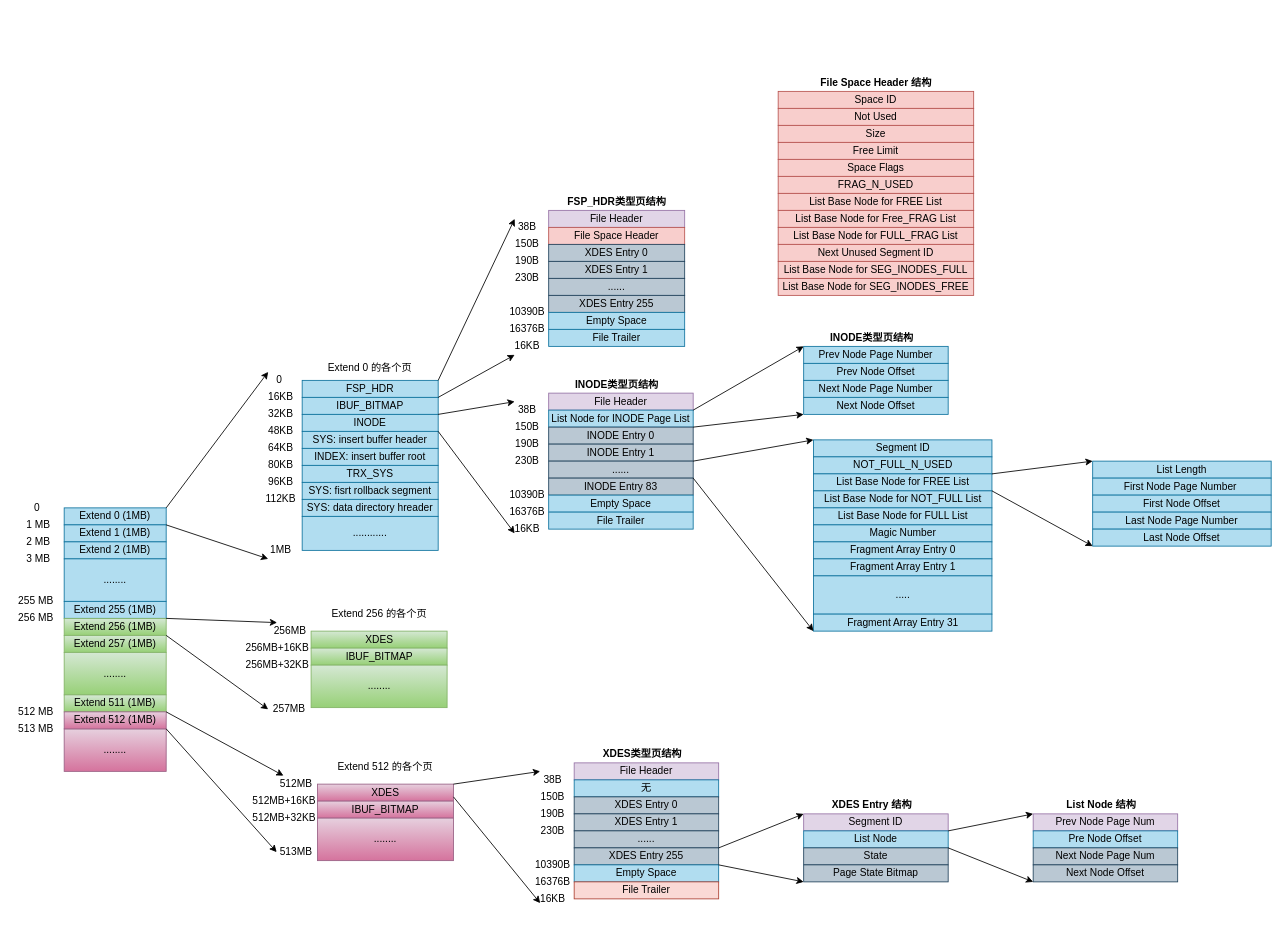
Above: page "InnoDB表空间" (4 of 4) of MySQL是怎么运行的.drawio in JianHao-Chen/MySqlLearning (draw.io), before the change. Source tidied: cells renumbered, new cells numbered last; positions are measured from the earlier drawing's top-left corner, leaving out a move shared by most shapes. Both pictures are drawn from the tidied source at 85%, with x=0, y=0 at pixel (14, 74).
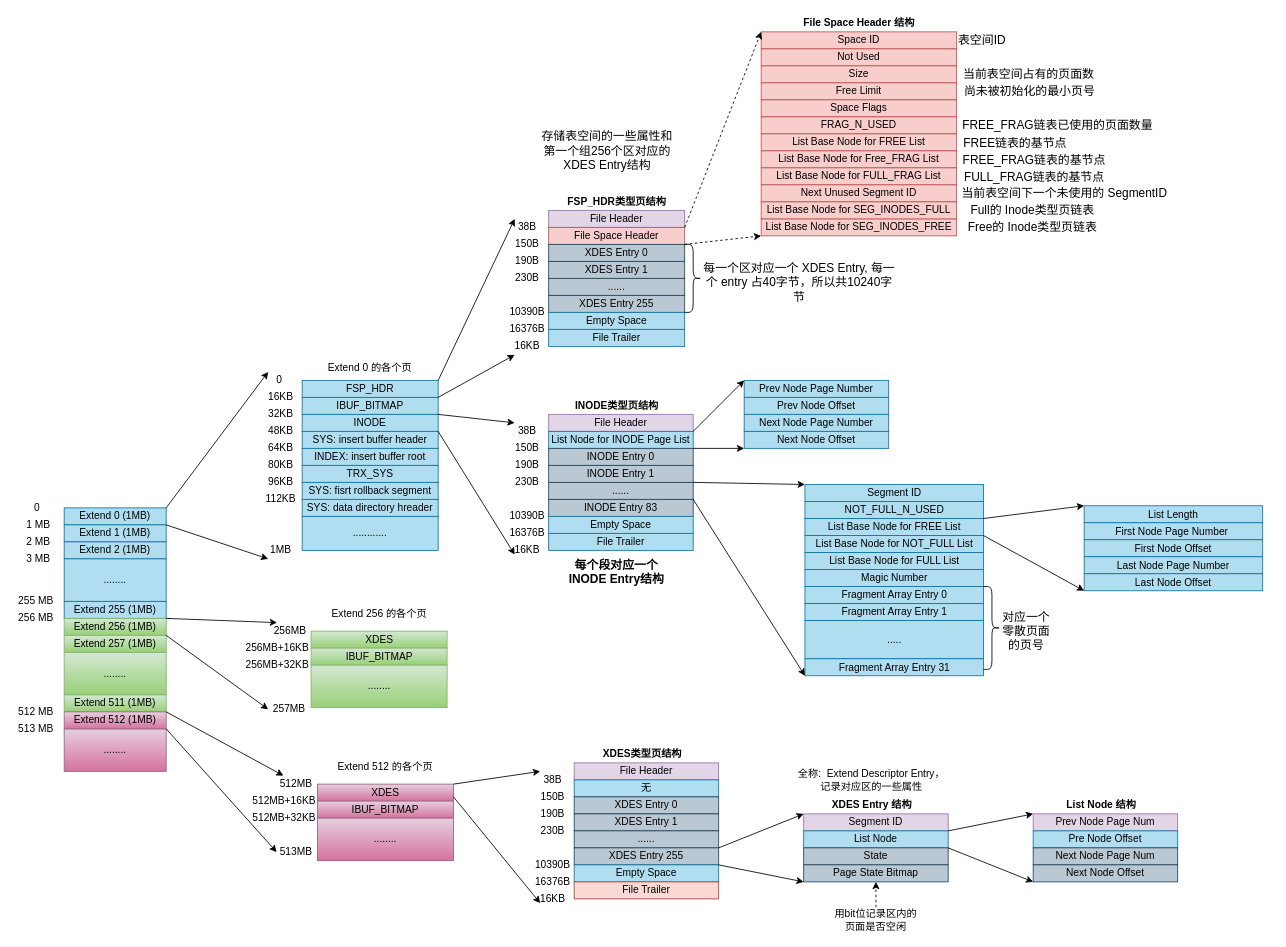
The same diagram, later.

Commit message:
更新MySQL是怎么运行的.drawio

Unchanged cells that the change refers to:
```xml
<mxCell id="63" value="File Space Header" style="rounded=0;whiteSpace=wrap;html=1;fillColor=#f8cecc;strokeColor=#b85450;" parent="1" vertex="1">
  <mxGeometry x="628" y="180" width="160" height="20" as="geometry" />
</mxCell>
<mxCell id="64" value="XDES Entry 0" style="rounded=0;whiteSpace=wrap;html=1;fillColor=#bac8d3;strokeColor=#23445d;" parent="1" vertex="1">
  <mxGeometry x="628" y="200" width="160" height="20" as="geometry" />
</mxCell>
<mxCell id="137" value="Page State Bitmap" style="rounded=0;whiteSpace=wrap;html=1;fillColor=#bac8d3;strokeColor=#23445d;" parent="1" vertex="1">
  <mxGeometry x="928" y="930" width="170" height="20" as="geometry" />
</mxCell>
```

Diff of the diagram source:
```diff
@@
     <mxCell id="80" value="File Header" style="rounded=0;whiteSpace=wrap;html=1;fillColor=#e1d5e7;strokeColor=#9673a6;" parent="1" vertex="1">
-      <mxGeometry x="628" y="375" width="170" height="20" as="geometry" />
+      <mxGeometry x="628" y="400" width="170" height="20" as="geometry" />
     </mxCell>
     <mxCell id="81" value="List Node for INODE Page List" style="rounded=0;whiteSpace=wrap;html=1;fillColor=#b1ddf0;strokeColor=#10739e;" parent="1" vertex="1">
-      <mxGeometry x="628" y="395" width="170" height="20" as="geometry" />
+      <mxGeometry x="628" y="420" width="170" height="20" as="geometry" />
     </mxCell>
     <mxCell id="82" value="INODE Entry 0" style="rounded=0;whiteSpace=wrap;html=1;fillColor=#bac8d3;strokeColor=#23445d;" parent="1" vertex="1">
-      <mxGeometry x="628" y="415" width="170" height="20" as="geometry" />
+      <mxGeometry x="628" y="440" width="170" height="20" as="geometry" />
     </mxCell>
     <mxCell id="83" value="INODE&amp;nbsp;Entry 1" style="rounded=0;whiteSpace=wrap;html=1;fillColor=#bac8d3;strokeColor=#23445d;" parent="1" vertex="1">
-      <mxGeometry x="628" y="435" width="170" height="20" as="geometry" />
+      <mxGeometry x="628" y="460" width="170" height="20" as="geometry" />
     </mxCell>
     <mxCell id="84" value="......" style="rounded=0;whiteSpace=wrap;html=1;fillColor=#bac8d3;strokeColor=#23445d;" parent="1" vertex="1">
-      <mxGeometry x="628" y="455" width="170" height="20" as="geometry" />
+      <mxGeometry x="628" y="480" width="170" height="20" as="geometry" />
     </mxCell>
     <mxCell id="85" value="INODE&amp;nbsp;Entry 83" style="rounded=0;whiteSpace=wrap;html=1;fillColor=#bac8d3;strokeColor=#23445d;" parent="1" vertex="1">
-      <mxGeometry x="628" y="475" width="170" height="20" as="geometry" />
+      <mxGeometry x="628" y="500" width="170" height="20" as="geometry" />
     </mxCell>
     <mxCell id="86" value="Empty Space" style="rounded=0;whiteSpace=wrap;html=1;fillColor=#b1ddf0;strokeColor=#10739e;" parent="1" vertex="1">
-      <mxGeometry x="628" y="495" width="170" height="20" as="geometry" />
+      <mxGeometry x="628" y="520" width="170" height="20" as="geometry" />
     </mxCell>
     <mxCell id="87" value="File Trailer" style="rounded=0;whiteSpace=wrap;html=1;fillColor=#b1ddf0;strokeColor=#10739e;" parent="1" vertex="1">
-      <mxGeometry x="628" y="515" width="170" height="20" as="geometry" />
+      <mxGeometry x="628" y="540" width="170" height="20" as="geometry" />
     </mxCell>
     <mxCell id="88" value="&lt;b&gt;INODE类型页结构&lt;/b&gt;" style="text;html=1;strokeColor=none;fillColor=none;align=center;verticalAlign=middle;whiteSpace=wrap;rounded=0;" parent="1" vertex="1">
-      <mxGeometry x="639.5" y="355" width="137" height="20" as="geometry" />
+      <mxGeometry x="639.5" y="380" width="137" height="20" as="geometry" />
     </mxCell>
     <mxCell id="89" value="38B" style="text;html=1;strokeColor=none;fillColor=none;align=center;verticalAlign=middle;whiteSpace=wrap;rounded=0;" parent="1" vertex="1">
-      <mxGeometry x="588" y="385" width="30" height="20" as="geometry" />
+      <mxGeometry x="588" y="410" width="30" height="20" as="geometry" />
     </mxCell>
     <mxCell id="90" value="150B" style="text;html=1;strokeColor=none;fillColor=none;align=center;verticalAlign=middle;whiteSpace=wrap;rounded=0;" parent="1" vertex="1">
-      <mxGeometry x="588" y="405" width="30" height="20" as="geometry" />
+      <mxGeometry x="588" y="430" width="30" height="20" as="geometry" />
     </mxCell>
     <mxCell id="91" value="190B" style="text;html=1;strokeColor=none;fillColor=none;align=center;verticalAlign=middle;whiteSpace=wrap;rounded=0;" parent="1" vertex="1">
-      <mxGeometry x="588" y="425" width="30" height="20" as="geometry" />
+      <mxGeometry x="588" y="450" width="30" height="20" as="geometry" />
     </mxCell>
     <mxCell id="92" value="230B" style="text;html=1;strokeColor=none;fillColor=none;align=center;verticalAlign=middle;whiteSpace=wrap;rounded=0;" parent="1" vertex="1">
-      <mxGeometry x="588" y="445" width="30" height="20" as="geometry" />
+      <mxGeometry x="588" y="470" width="30" height="20" as="geometry" />
     </mxCell>
     <mxCell id="93" value="10390B" style="text;html=1;strokeColor=none;fillColor=none;align=center;verticalAlign=middle;whiteSpace=wrap;rounded=0;" parent="1" vertex="1">
-      <mxGeometry x="588" y="485" width="30" height="20" as="geometry" />
+      <mxGeometry x="588" y="510" width="30" height="20" as="geometry" />
     </mxCell>
     <mxCell id="94" value="16376B" style="text;html=1;strokeColor=none;fillColor=none;align=center;verticalAlign=middle;whiteSpace=wrap;rounded=0;" parent="1" vertex="1">
-      <mxGeometry x="588" y="505" width="30" height="20" as="geometry" />
+      <mxGeometry x="588" y="530" width="30" height="20" as="geometry" />
     </mxCell>
     <mxCell id="95" value="16KB" style="text;html=1;strokeColor=none;fillColor=none;align=center;verticalAlign=middle;whiteSpace=wrap;rounded=0;" parent="1" vertex="1">
-      <mxGeometry x="588" y="525" width="30" height="20" as="geometry" />
+      <mxGeometry x="588" y="550" width="30" height="20" as="geometry" />
     </mxCell>
@@
     <mxCell id="98" value="Prev Node Page Number" style="rounded=0;whiteSpace=wrap;html=1;fillColor=#b1ddf0;strokeColor=#10739e;" parent="1" vertex="1">
-      <mxGeometry x="928" y="320" width="170" height="20" as="geometry" />
+      <mxGeometry x="858" y="360" width="170" height="20" as="geometry" />
     </mxCell>
-    <mxCell id="99" value="&lt;b&gt;INODE类型页结构&lt;/b&gt;" style="text;html=1;strokeColor=none;fillColor=none;align=center;verticalAlign=middle;whiteSpace=wrap;rounded=0;" parent="1" vertex="1">
-      <mxGeometry x="939.5" y="300" width="137" height="20" as="geometry" />
-    </mxCell>
     <mxCell id="100" value="Prev Node Offset" style="rounded=0;whiteSpace=wrap;html=1;fillColor=#b1ddf0;strokeColor=#10739e;" parent="1" vertex="1">
-      <mxGeometry x="928" y="340" width="170" height="20" as="geometry" />
+      <mxGeometry x="858" y="380" width="170" height="20" as="geometry" />
     </mxCell>
     <mxCell id="101" value="Next Node Page Number" style="rounded=0;whiteSpace=wrap;html=1;fillColor=#b1ddf0;strokeColor=#10739e;" parent="1" vertex="1">
-      <mxGeometry x="928" y="360" width="170" height="20" as="geometry" />
+      <mxGeometry x="858" y="400" width="170" height="20" as="geometry" />
     </mxCell>
     <mxCell id="102" value="Next Node Offset" style="rounded=0;whiteSpace=wrap;html=1;fillColor=#b1ddf0;strokeColor=#10739e;" parent="1" vertex="1">
-      <mxGeometry x="928" y="380" width="170" height="20" as="geometry" />
+      <mxGeometry x="858" y="420" width="170" height="20" as="geometry" />
     </mxCell>
@@
     <mxCell id="105" value="Space ID" style="rounded=0;whiteSpace=wrap;html=1;fillColor=#f8cecc;strokeColor=#b85450;" parent="1" vertex="1">
-      <mxGeometry x="898" y="20" width="230" height="20" as="geometry" />
+      <mxGeometry x="878" y="-50" width="230" height="20" as="geometry" />
     </mxCell>
     <mxCell id="106" value="&lt;b&gt;File Space Header 结构&lt;/b&gt;" style="text;html=1;strokeColor=none;fillColor=none;align=center;verticalAlign=middle;whiteSpace=wrap;rounded=0;" parent="1" vertex="1">
-      <mxGeometry x="944.5" width="137" height="20" as="geometry" />
+      <mxGeometry x="924.5" y="-70" width="137" height="20" as="geometry" />
     </mxCell>
     <mxCell id="107" value="Not Used" style="rounded=0;whiteSpace=wrap;html=1;fillColor=#f8cecc;strokeColor=#b85450;" parent="1" vertex="1">
-      <mxGeometry x="898" y="40" width="230" height="20" as="geometry" />
+      <mxGeometry x="878" y="-30" width="230" height="20" as="geometry" />
     </mxCell>
     <mxCell id="108" value="Size" style="rounded=0;whiteSpace=wrap;html=1;fillColor=#f8cecc;strokeColor=#b85450;" parent="1" vertex="1">
-      <mxGeometry x="898" y="60" width="230" height="20" as="geometry" />
+      <mxGeometry x="878" y="-10" width="230" height="20" as="geometry" />
     </mxCell>
     <mxCell id="109" value="Free Limit" style="rounded=0;whiteSpace=wrap;html=1;fillColor=#f8cecc;strokeColor=#b85450;" parent="1" vertex="1">
-      <mxGeometry x="898" y="80" width="230" height="20" as="geometry" />
+      <mxGeometry x="878" y="10" width="230" height="20" as="geometry" />
     </mxCell>
     <mxCell id="110" value="Space Flags" style="rounded=0;whiteSpace=wrap;html=1;fillColor=#f8cecc;strokeColor=#b85450;" parent="1" vertex="1">
-      <mxGeometry x="898" y="100" width="230" height="20" as="geometry" />
+      <mxGeometry x="878" y="30" width="230" height="20" as="geometry" />
     </mxCell>
     <mxCell id="111" value="FRAG_N_USED" style="rounded=0;whiteSpace=wrap;html=1;fillColor=#f8cecc;strokeColor=#b85450;" parent="1" vertex="1">
-      <mxGeometry x="898" y="120" width="230" height="20" as="geometry" />
+      <mxGeometry x="878" y="50" width="230" height="20" as="geometry" />
     </mxCell>
     <mxCell id="112" value="List Base Node for FREE List" style="rounded=0;whiteSpace=wrap;html=1;fillColor=#f8cecc;strokeColor=#b85450;" parent="1" vertex="1">
-      <mxGeometry x="898" y="140" width="230" height="20" as="geometry" />
+      <mxGeometry x="878" y="70" width="230" height="20" as="geometry" />
     </mxCell>
     <mxCell id="113" value="List Base Node for Free_FRAG List" style="rounded=0;whiteSpace=wrap;html=1;fillColor=#f8cecc;strokeColor=#b85450;" parent="1" vertex="1">
-      <mxGeometry x="898" y="160" width="230" height="20" as="geometry" />
+      <mxGeometry x="878" y="90" width="230" height="20" as="geometry" />
     </mxCell>
     <mxCell id="114" value="List Base Node for FULL_FRAG List" style="rounded=0;whiteSpace=wrap;html=1;fillColor=#f8cecc;strokeColor=#b85450;" parent="1" vertex="1">
-      <mxGeometry x="898" y="180" width="230" height="20" as="geometry" />
+      <mxGeometry x="878" y="110" width="230" height="20" as="geometry" />
     </mxCell>
     <mxCell id="115" value="Next Unused Segment ID" style="rounded=0;whiteSpace=wrap;html=1;fillColor=#f8cecc;strokeColor=#b85450;" parent="1" vertex="1">
-      <mxGeometry x="898" y="200" width="230" height="20" as="geometry" />
+      <mxGeometry x="878" y="130" width="230" height="20" as="geometry" />
     </mxCell>
     <mxCell id="116" value="List Base Node for SEG_INODES_FREE" style="rounded=0;whiteSpace=wrap;html=1;fillColor=#f8cecc;strokeColor=#b85450;" parent="1" vertex="1">
-      <mxGeometry x="898" y="240" width="230" height="20" as="geometry" />
+      <mxGeometry x="878" y="170" width="230" height="20" as="geometry" />
     </mxCell>
     <mxCell id="117" value="List Base Node for SEG_INODES_FULL" style="rounded=0;whiteSpace=wrap;html=1;fillColor=#f8cecc;strokeColor=#b85450;" parent="1" vertex="1">
-      <mxGeometry x="898" y="220" width="230" height="20" as="geometry" />
+      <mxGeometry x="878" y="150" width="230" height="20" as="geometry" />
     </mxCell>
@@
     <mxCell id="148" value="Segment ID" style="rounded=0;whiteSpace=wrap;html=1;fillColor=#b1ddf0;strokeColor=#10739e;" parent="1" vertex="1">
-      <mxGeometry x="939.5" y="430" width="210" height="20" as="geometry" />
+      <mxGeometry x="929.5" y="482.5" width="210" height="20" as="geometry" />
     </mxCell>
     <mxCell id="149" value="NOT_FULL_N_USED" style="rounded=0;whiteSpace=wrap;html=1;fillColor=#b1ddf0;strokeColor=#10739e;" parent="1" vertex="1">
-      <mxGeometry x="939.5" y="450" width="210" height="20" as="geometry" />
+      <mxGeometry x="929.5" y="502.5" width="210" height="20" as="geometry" />
     </mxCell>
     <mxCell id="150" value="List Base Node for FREE List" style="rounded=0;whiteSpace=wrap;html=1;fillColor=#b1ddf0;strokeColor=#10739e;" parent="1" vertex="1">
-      <mxGeometry x="939.5" y="470" width="210" height="20" as="geometry" />
+      <mxGeometry x="929.5" y="522.5" width="210" height="20" as="geometry" />
     </mxCell>
     <mxCell id="151" value="List Base Node for NOT_FULL List" style="rounded=0;whiteSpace=wrap;html=1;fillColor=#b1ddf0;strokeColor=#10739e;" parent="1" vertex="1">
-      <mxGeometry x="939.5" y="490" width="210" height="20" as="geometry" />
+      <mxGeometry x="929.5" y="542.5" width="210" height="20" as="geometry" />
     </mxCell>
     <mxCell id="152" value="List Base Node for FULL List" style="rounded=0;whiteSpace=wrap;html=1;fillColor=#b1ddf0;strokeColor=#10739e;" parent="1" vertex="1">
-      <mxGeometry x="939.5" y="510" width="210" height="20" as="geometry" />
+      <mxGeometry x="929.5" y="562.5" width="210" height="20" as="geometry" />
     </mxCell>
     <mxCell id="153" value="Magic Number" style="rounded=0;whiteSpace=wrap;html=1;fillColor=#b1ddf0;strokeColor=#10739e;" parent="1" vertex="1">
-      <mxGeometry x="939.5" y="530" width="210" height="20" as="geometry" />
+      <mxGeometry x="929.5" y="582.5" width="210" height="20" as="geometry" />
     </mxCell>
     <mxCell id="154" value="Fragment Array Entry 0" style="rounded=0;whiteSpace=wrap;html=1;fillColor=#b1ddf0;strokeColor=#10739e;" parent="1" vertex="1">
-      <mxGeometry x="939.5" y="550" width="210" height="20" as="geometry" />
+      <mxGeometry x="929.5" y="602.5" width="210" height="20" as="geometry" />
     </mxCell>
     <mxCell id="155" value="Fragment Array Entry 1" style="rounded=0;whiteSpace=wrap;html=1;fillColor=#b1ddf0;strokeColor=#10739e;" parent="1" vertex="1">
-      <mxGeometry x="939.5" y="570" width="210" height="20" as="geometry" />
+      <mxGeometry x="929.5" y="622.5" width="210" height="20" as="geometry" />
     </mxCell>
     <mxCell id="156" value="....." style="rounded=0;whiteSpace=wrap;html=1;fillColor=#b1ddf0;strokeColor=#10739e;" parent="1" vertex="1">
-      <mxGeometry x="939.5" y="590" width="210" height="45" as="geometry" />
+      <mxGeometry x="929.5" y="642.5" width="210" height="45" as="geometry" />
     </mxCell>
     <mxCell id="157" value="Fragment Array Entry 31" style="rounded=0;whiteSpace=wrap;html=1;fillColor=#b1ddf0;strokeColor=#10739e;" parent="1" vertex="1">
-      <mxGeometry x="939.5" y="635" width="210" height="20" as="geometry" />
+      <mxGeometry x="929.5" y="687.5" width="210" height="20" as="geometry" />
     </mxCell>
@@
     <mxCell id="160" value="List Length" style="rounded=0;whiteSpace=wrap;html=1;fillColor=#b1ddf0;strokeColor=#10739e;" parent="1" vertex="1">
-      <mxGeometry x="1268" y="455" width="210" height="20" as="geometry" />
+      <mxGeometry x="1258" y="507.5" width="210" height="20" as="geometry" />
     </mxCell>
     <mxCell id="161" value="First Node Page Number&amp;nbsp;" style="rounded=0;whiteSpace=wrap;html=1;fillColor=#b1ddf0;strokeColor=#10739e;" parent="1" vertex="1">
-      <mxGeometry x="1268" y="475" width="210" height="20" as="geometry" />
+      <mxGeometry x="1258" y="527.5" width="210" height="20" as="geometry" />
     </mxCell>
     <mxCell id="162" value="First Node Offset" style="rounded=0;whiteSpace=wrap;html=1;fillColor=#b1ddf0;strokeColor=#10739e;" parent="1" vertex="1">
-      <mxGeometry x="1268" y="495" width="210" height="20" as="geometry" />
+      <mxGeometry x="1258" y="547.5" width="210" height="20" as="geometry" />
     </mxCell>
     <mxCell id="163" value="Last Node Page Number" style="rounded=0;whiteSpace=wrap;html=1;fillColor=#b1ddf0;strokeColor=#10739e;" parent="1" vertex="1">
-      <mxGeometry x="1268" y="515" width="210" height="20" as="geometry" />
+      <mxGeometry x="1258" y="567.5" width="210" height="20" as="geometry" />
     </mxCell>
     <mxCell id="164" value="Last Node Offset" style="rounded=0;whiteSpace=wrap;html=1;fillColor=#b1ddf0;strokeColor=#10739e;" parent="1" vertex="1">
-      <mxGeometry x="1268" y="535" width="210" height="20" as="geometry" />
+      <mxGeometry x="1258" y="587.5" width="210" height="20" as="geometry" />
     </mxCell>
@@
+    <mxCell id="169" value="全称:&amp;nbsp; Extend Descriptor Entry，&lt;br&gt;记录对应区的一些属性" style="text;html=1;strokeColor=none;fillColor=none;align=center;verticalAlign=middle;whiteSpace=wrap;rounded=0;" parent="1" vertex="1">
+      <mxGeometry x="918" y="815" width="180" height="30" as="geometry" />
+    </mxCell>
+    <mxCell id="170" value="用bit位记录区内的页面是否空闲" style="text;html=1;strokeColor=none;fillColor=none;align=center;verticalAlign=middle;whiteSpace=wrap;rounded=0;" parent="1" vertex="1">
+      <mxGeometry x="963" y="980" width="100" height="30" as="geometry" />
+    </mxCell>
+    <mxCell id="171" style="endArrow=classic;html=1;rounded=0;dashed=1;entryX=0.5;entryY=1;entryDx=0;entryDy=0;exitX=0.5;exitY=0;exitDx=0;exitDy=0;" parent="1" edge="1" source="170" target="137">
+      <mxGeometry relative="1" as="geometry" />
+    </mxCell>
+    <mxCell id="172" value="&lt;b&gt;&lt;font style=&quot;font-size: 14px;&quot;&gt;每个段对应一个 INODE Entry结构&lt;/font&gt;&lt;/b&gt;" style="text;html=1;strokeColor=none;fillColor=none;align=center;verticalAlign=middle;whiteSpace=wrap;rounded=0;" parent="1" vertex="1">
+      <mxGeometry x="638.5" y="570" width="138" height="30" as="geometry" />
+    </mxCell>
+    <mxCell id="173" style="shape=curlyBracket;whiteSpace=wrap;html=1;rounded=1;flipH=1;fontSize=14;" parent="1" vertex="1">
+      <mxGeometry x="1139.5" y="602.5" width="20" height="97.5" as="geometry" />
+    </mxCell>
+    <mxCell id="174" value="对应一个零散页面的页号" style="text;html=1;strokeColor=none;fillColor=none;align=center;verticalAlign=middle;whiteSpace=wrap;rounded=0;fontSize=14;" parent="1" vertex="1">
+      <mxGeometry x="1159.5" y="640" width="60" height="30" as="geometry" />
+    </mxCell>
+    <mxCell id="175" style="endArrow=classic;html=1;rounded=0;dashed=1;fontSize=14;exitX=1;exitY=0;exitDx=0;exitDy=0;entryX=0;entryY=0;entryDx=0;entryDy=0;" parent="1" edge="1" source="63" target="105">
+      <mxGeometry relative="1" as="geometry" />
+    </mxCell>
+    <mxCell id="176" style="endArrow=classic;html=1;rounded=0;dashed=1;fontSize=14;exitX=1;exitY=0;exitDx=0;exitDy=0;entryX=0;entryY=1;entryDx=0;entryDy=0;" parent="1" edge="1" source="64" target="116">
+      <mxGeometry relative="1" as="geometry" />
+    </mxCell>
+    <mxCell id="177" value="存储表空间的一些属性和第一个组256个区对应的 XDES Entry结构" style="text;html=1;strokeColor=none;fillColor=none;align=center;verticalAlign=middle;whiteSpace=wrap;rounded=0;fontSize=14;" parent="1" vertex="1">
+      <mxGeometry x="616.5" y="75" width="160" height="30" as="geometry" />
+    </mxCell>
+    <mxCell id="178" style="shape=curlyBracket;whiteSpace=wrap;html=1;rounded=1;flipH=1;fontSize=14;" parent="1" vertex="1">
+      <mxGeometry x="788" y="200" width="20" height="80" as="geometry" />
+    </mxCell>
+    <mxCell id="179" value="每一个区对应一个 XDES Entry, 每一个 entry 占40字节，所以共10240字节" style="text;html=1;strokeColor=none;fillColor=none;align=center;verticalAlign=middle;whiteSpace=wrap;rounded=0;fontSize=14;" parent="1" vertex="1">
+      <mxGeometry x="808" y="230" width="230" height="30" as="geometry" />
+    </mxCell>
+    <mxCell id="180" value="表空间ID" style="text;html=1;strokeColor=none;fillColor=none;align=center;verticalAlign=middle;whiteSpace=wrap;rounded=0;fontSize=14;" parent="1" vertex="1">
+      <mxGeometry x="1108" y="-50" width="60" height="20" as="geometry" />
+    </mxCell>
+    <mxCell id="181" value="当前表空间占有的页面数" style="text;html=1;strokeColor=none;fillColor=none;align=center;verticalAlign=middle;whiteSpace=wrap;rounded=0;fontSize=14;" parent="1" vertex="1">
+      <mxGeometry x="1113" y="-10" width="160" height="20" as="geometry" />
+    </mxCell>
+    <mxCell id="182" value="尚未被初始化的最小页号" style="text;html=1;strokeColor=none;fillColor=none;align=center;verticalAlign=middle;whiteSpace=wrap;rounded=0;fontSize=14;" parent="1" vertex="1">
+      <mxGeometry x="1113.5" y="10" width="160" height="20" as="geometry" />
+    </mxCell>
+    <mxCell id="183" value="FREE_FRAG链表已使用的页面数量" style="text;html=1;strokeColor=none;fillColor=none;align=center;verticalAlign=middle;whiteSpace=wrap;rounded=0;fontSize=14;" parent="1" vertex="1">
+      <mxGeometry x="1112" y="50" width="230" height="20" as="geometry" />
+    </mxCell>
+    <mxCell id="184" value="FREE_FRAG链表的基节点" style="text;html=1;strokeColor=none;fillColor=none;align=center;verticalAlign=middle;whiteSpace=wrap;rounded=0;fontSize=14;" parent="1" vertex="1">
+      <mxGeometry x="1110" y="91" width="178.5" height="20" as="geometry" />
+    </mxCell>
+    <mxCell id="185" value="FULL_FRAG链表的基节点" style="text;html=1;strokeColor=none;fillColor=none;align=center;verticalAlign=middle;whiteSpace=wrap;rounded=0;fontSize=14;" parent="1" vertex="1">
+      <mxGeometry x="1110" y="111" width="178.5" height="20" as="geometry" />
+    </mxCell>
+    <mxCell id="186" value="FREE链表的基节点" style="text;html=1;strokeColor=none;fillColor=none;align=center;verticalAlign=middle;whiteSpace=wrap;rounded=0;fontSize=14;" parent="1" vertex="1">
+      <mxGeometry x="1111.5" y="71" width="130" height="20" as="geometry" />
+    </mxCell>
+    <mxCell id="187" value="当前表空间下一个未使用的 SegmentID" style="text;html=1;strokeColor=none;fillColor=none;align=center;verticalAlign=middle;whiteSpace=wrap;rounded=0;fontSize=14;" parent="1" vertex="1">
+      <mxGeometry x="1102" y="130" width="266" height="20" as="geometry" />
+    </mxCell>
+    <mxCell id="188" value="Full的 Inode类型页链表" style="text;html=1;strokeColor=none;fillColor=none;align=center;verticalAlign=middle;whiteSpace=wrap;rounded=0;fontSize=14;" parent="1" vertex="1">
+      <mxGeometry x="1108" y="150" width="178.5" height="20" as="geometry" />
+    </mxCell>
+    <mxCell id="189" value="Free的 Inode类型页链表" style="text;html=1;strokeColor=none;fillColor=none;align=center;verticalAlign=middle;whiteSpace=wrap;rounded=0;fontSize=14;" parent="1" vertex="1">
+      <mxGeometry x="1108" y="170" width="178.5" height="20" as="geometry" />
+    </mxCell>
```
